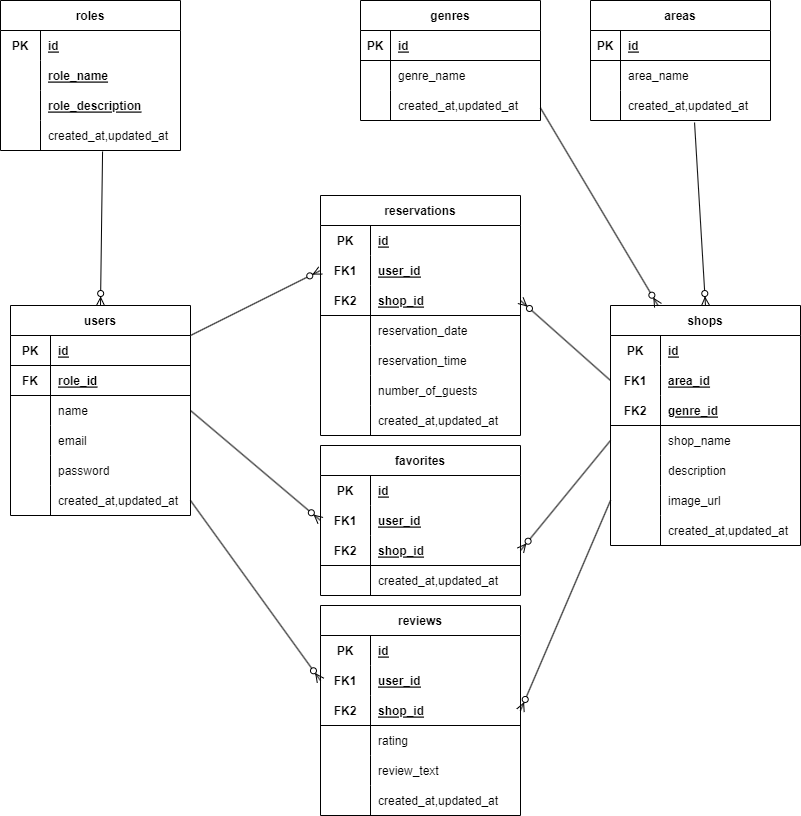
Above: er.drawio.png in fujico23/rese-system-application (draw.io), before the change. Source tidied: cells renumbered, new cells last; positions are measured from the earlier drawing's top-left corner, leaving out a move shared by most shapes.
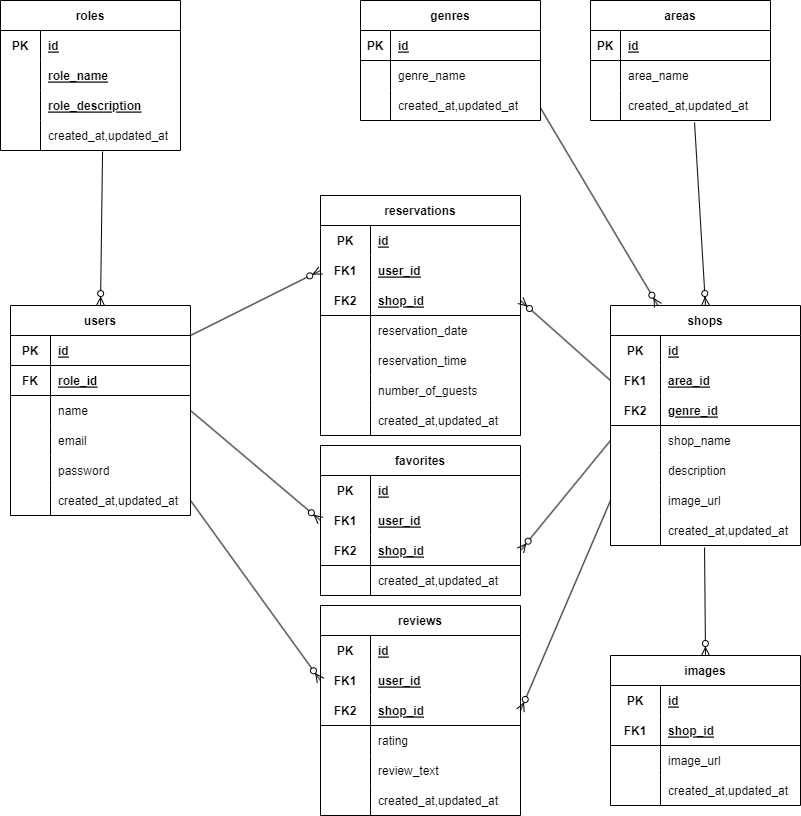
Above is the later version.

What changed in the source:
```diff
@@ -417,5 +417,47 @@
     <mxCell id="138" style="fontSize=12;html=1;endArrow=ERzeroToMany;endFill=1;rounded=0;exitX=0.567;exitY=1.033;exitDx=0;exitDy=0;entryX=0.5;entryY=0;entryDx=0;entryDy=0;exitPerimeter=0;" parent="1" edge="1" source="108" target="2">
       <mxGeometry relative="1" as="geometry" />
     </mxCell>
+    <mxCell id="139" value="images" style="shape=table;startSize=30;rowLines=0;fontStyle=1;align=center;rounded=0;" parent="1" vertex="1">
+      <mxGeometry x="610" y="655" width="190" height="150" as="geometry" />
+    </mxCell>
+    <mxCell id="140" style="shape=tableRow;horizontal=0;startSize=0;swimlaneHead=0;swimlaneBody=0;fillColor=none;top=0;left=0;right=0;bottom=0;rounded=0;" parent="139" vertex="1">
+      <mxGeometry y="30" width="190" height="30" as="geometry" />
+    </mxCell>
+    <mxCell id="141" value="PK" style="shape=partialRectangle;fillColor=none;top=0;left=0;bottom=0;right=0;fontStyle=1;overflow=hidden;rounded=0;" parent="140" vertex="1">
+      <mxGeometry width="50" height="30" as="geometry" />
+    </mxCell>
+    <mxCell id="142" value="id" style="shape=partialRectangle;fillColor=none;top=0;left=0;bottom=0;right=0;align=left;spacingLeft=6;fontStyle=5;overflow=hidden;rounded=0;" parent="140" vertex="1">
+      <mxGeometry x="50" width="140" height="30" as="geometry" />
+    </mxCell>
+    <mxCell id="143" style="shape=tableRow;horizontal=0;startSize=0;swimlaneHead=0;swimlaneBody=0;fillColor=none;top=0;left=0;right=0;bottom=1;rounded=0;" parent="139" vertex="1">
+      <mxGeometry y="60" width="190" height="30" as="geometry" />
+    </mxCell>
+    <mxCell id="144" value="FK1" style="shape=partialRectangle;fillColor=none;top=0;left=0;bottom=0;right=0;fontStyle=1;overflow=hidden;rounded=0;" parent="143" vertex="1">
+      <mxGeometry width="50" height="30" as="geometry" />
+    </mxCell>
+    <mxCell id="145" value="shop_id" style="shape=partialRectangle;fillColor=none;top=0;left=0;bottom=0;right=0;align=left;spacingLeft=6;fontStyle=5;overflow=hidden;rounded=0;" parent="143" vertex="1">
+      <mxGeometry x="50" width="140" height="30" as="geometry" />
+    </mxCell>
+    <mxCell id="146" style="shape=tableRow;horizontal=0;startSize=0;swimlaneHead=0;swimlaneBody=0;fillColor=none;top=0;left=0;right=0;bottom=0;rounded=0;" parent="139" vertex="1">
+      <mxGeometry y="90" width="190" height="30" as="geometry" />
+    </mxCell>
+    <mxCell id="147" style="shape=partialRectangle;fillColor=none;top=0;left=0;bottom=0;right=0;overflow=hidden;rounded=0;" parent="146" vertex="1">
+      <mxGeometry width="50" height="30" as="geometry" />
+    </mxCell>
+    <mxCell id="148" value="image_url" style="shape=partialRectangle;fillColor=none;top=0;left=0;bottom=0;right=0;align=left;spacingLeft=6;overflow=hidden;rounded=0;" parent="146" vertex="1">
+      <mxGeometry x="50" width="140" height="30" as="geometry" />
+    </mxCell>
+    <mxCell id="149" style="shape=tableRow;horizontal=0;startSize=0;swimlaneHead=0;swimlaneBody=0;fillColor=none;top=0;left=0;right=0;bottom=0;rounded=0;" parent="139" vertex="1">
+      <mxGeometry y="120" width="190" height="30" as="geometry" />
+    </mxCell>
+    <mxCell id="150" style="shape=partialRectangle;fillColor=none;top=0;left=0;bottom=0;right=0;overflow=hidden;rounded=0;" parent="149" vertex="1">
+      <mxGeometry width="50" height="30" as="geometry" />
+    </mxCell>
+    <mxCell id="151" value="created_at,updated_at" style="shape=partialRectangle;fillColor=none;top=0;left=0;bottom=0;right=0;align=left;spacingLeft=6;overflow=hidden;rounded=0;" parent="149" vertex="1">
+      <mxGeometry x="50" width="140" height="30" as="geometry" />
+    </mxCell>
+    <mxCell id="152" style="fontSize=12;html=1;endArrow=ERzeroToMany;endFill=1;rounded=0;entryX=0.5;entryY=0;entryDx=0;entryDy=0;exitX=0.495;exitY=1.067;exitDx=0;exitDy=0;exitPerimeter=0;" parent="1" edge="1" source="60" target="139">
+      <mxGeometry relative="1" as="geometry" />
+    </mxCell>
   </root>
 </mxGraphModel>
```
